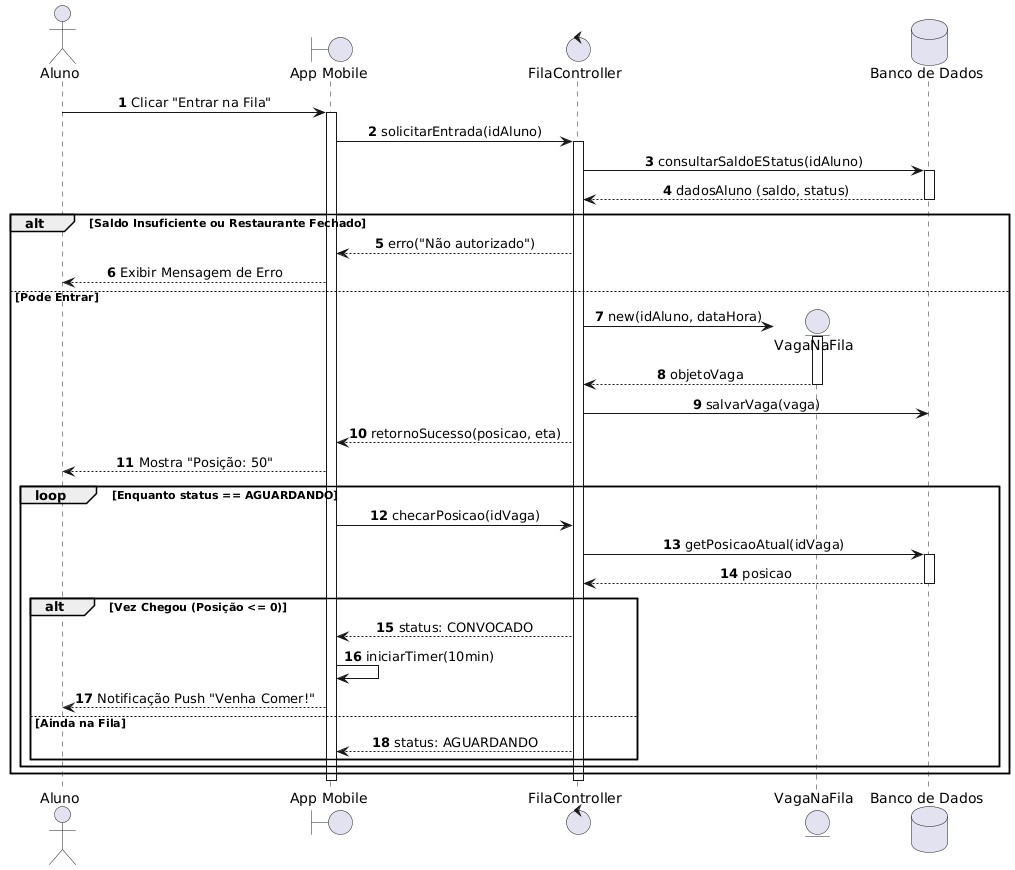
Above: diagramas/Diagramas de sequência/Fila.png in Rottschaefer/sistema-gerenciamento (PlantUML), before the change.
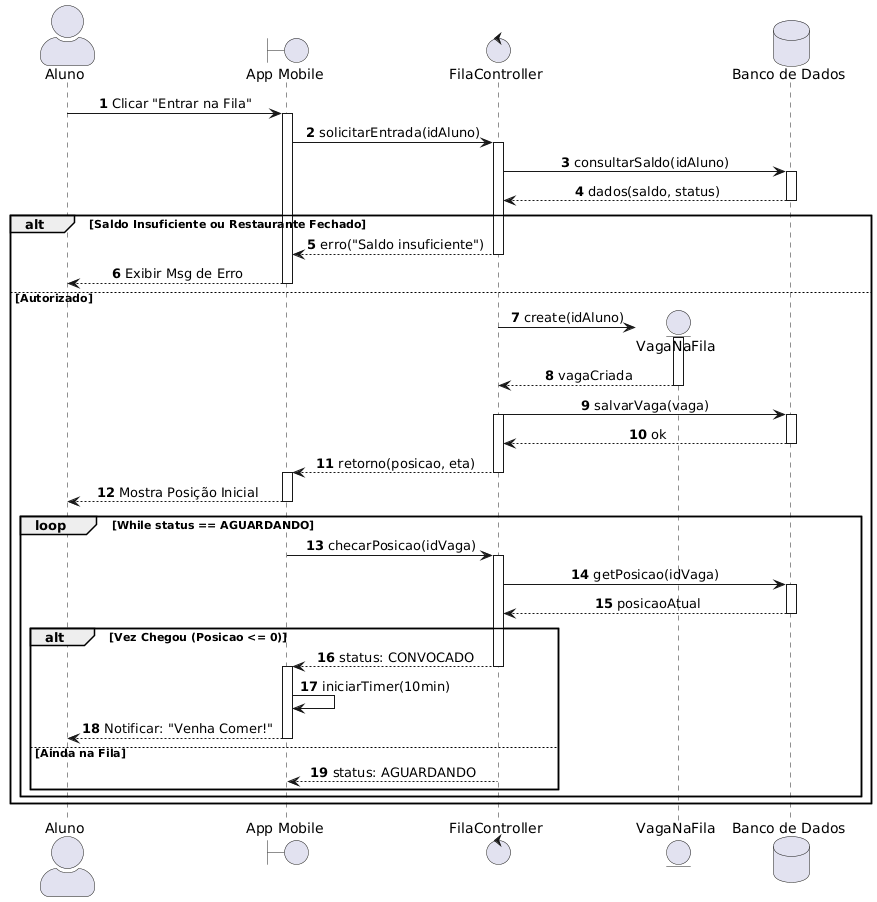
Later version of the same file.

What changed in the source:
```diff
@@ -1,55 +1,79 @@
 @startuml
+skinparam shadowing false
+skinparam actorStyle awesome
 skinparam sequenceMessageAlign center
+skinparam responseMessageBelowArrow true
 autonumber
 
 actor "Aluno" as Aluno
 boundary "App Mobile" as App
-control "FilaController" as Controller
+control "FilaController" as Ctrl
 entity "VagaNaFila" as Vaga
 database "Banco de Dados" as BD
 
 Aluno -> App : Clicar "Entrar na Fila"
 activate App
 
-    App -> Controller : solicitarEntrada(idAluno)
-    activate Controller
+    App -> Ctrl : solicitarEntrada(idAluno)
+    activate Ctrl
 
-        Controller -> BD : consultarSaldoEStatus(idAluno)
+        Ctrl -> BD : consultarSaldo(idAluno)
         activate BD
-        BD --> Controller : dadosAluno (saldo, status)
+        BD --> Ctrl : dados(saldo, status)
         deactivate BD
 
+
         alt Saldo Insuficiente ou Restaurante Fechado
-            Controller --> App : erro("Não autorizado")
-            App --> Aluno : Exibir Mensagem de Erro
+            Ctrl --> App : erro("Saldo insuficiente")
+deactivate Ctrl
+            App --> Aluno : Exibir Msg de Erro
+deactivate App
 
-        else Pode Entrar
-            Controller -> Vaga ** : new(idAluno, dataHora)
+
+        else Autorizado
+
+            Ctrl -> Vaga ** : create(idAluno)
+
             activate Vaga
-            Vaga --> Controller : objetoVaga
+            Vaga --> Ctrl : vagaCriada
             deactivate Vaga
 
-            Controller -> BD : salvarVaga(vaga)
-            Controller --> App : retornoSucesso(posicao, eta)
-            App --> Aluno : Mostra "Posição: 50"
+            Ctrl -> BD : salvarVaga(vaga)
+activate Ctrl
+            activate BD
+            BD --> Ctrl : ok
 
-            loop Enquanto status == AGUARDANDO
-                App -> Controller : checarPosicao(idVaga)
-                Controller -> BD : getPosicaoAtual(idVaga)
+            deactivate BD
+
+            Ctrl --> App : retorno(posicao, eta)
+deactivate Ctrl
+activate App
+            App --> Aluno : Mostra Posição Inicial
+deactivate App
+
+
+            loop While status == AGUARDANDO
+
+                App -> Ctrl : checarPosicao(idVaga)
+activate Ctrl
+                Ctrl -> BD : getPosicao(idVaga)
                 activate BD
-                BD --> Controller : posicao
+                BD --> Ctrl : posicaoAtual
                 deactivate BD
 
-                alt Vez Chegou (Posição <= 0)
-                    Controller --> App : status: CONVOCADO
+                alt Vez Chegou (Posicao <= 0)
+                    Ctrl --> App : status: CONVOCADO
+deactivate Ctrl
+activate App
                     App -> App : iniciarTimer(10min)
-                    App --> Aluno : Notificação Push "Venha Comer!"
+                    App --> Aluno : Notificar: "Venha Comer!"
+deactivate App
                 else Ainda na Fila
-                    Controller --> App : status: AGUARDANDO
+                    Ctrl --> App : status: AGUARDANDO
                 end
             end
         end
 
-    deactivate Controller
+    deactivate Ctrl
 deactivate App
 @enduml
```
